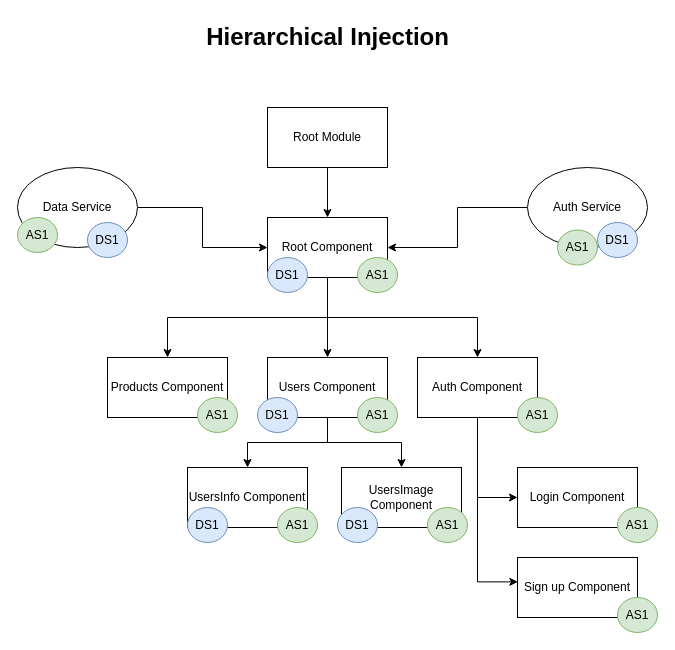
synergy2411/dec-24-ng keeps this draw.io diagram as page "Page-7" (7 of 7) of refs/ng-diagrams.drawio. Above is the earlier version. Source tidied: cells renumbered, new cells numbered last; positions are measured from the earlier drawing's top-left corner, leaving out a move shared by most shapes. Both pictures are drawn from the tidied source at 100%, with x=0, y=0 at pixel (17, 17).
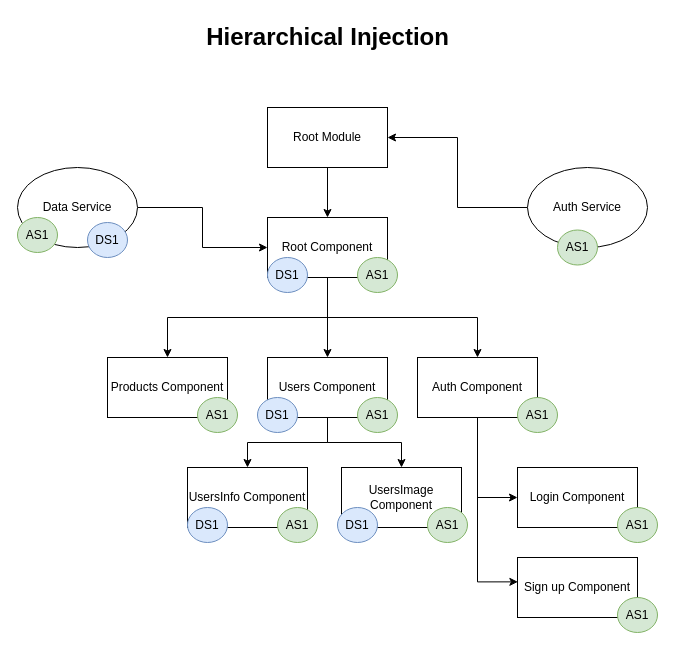
The same diagram, later.

Unchanged cells that the change refers to:
```xml
<mxCell id="4" value="Root Module" style="rounded=0;whiteSpace=wrap;html=1;" parent="1" vertex="1">
  <mxGeometry x="250" y="90" width="120" height="60" as="geometry" />
</mxCell>
<mxCell id="8" value="Root Component" style="rounded=0;whiteSpace=wrap;html=1;" parent="1" vertex="1">
  <mxGeometry x="250" y="200" width="120" height="60" as="geometry" />
</mxCell>
<mxCell id="27" value="Auth Service" style="ellipse;whiteSpace=wrap;html=1;" parent="1" vertex="1">
  <mxGeometry x="510" y="150" width="120" height="80" as="geometry" />
</mxCell>
```

The edit, as a diff of the source:
```diff
@@
-    <mxCell id="26" style="edgeStyle=orthogonalEdgeStyle;rounded=0;jettySize=auto;html=1;exitX=0;exitY=0.5;exitDx=0;exitDy=0;entryX=1;entryY=0.5;entryDx=0;entryDy=0;" parent="1" edge="1" source="27" target="8">
-      <mxGeometry relative="1" as="geometry" />
-    </mxCell>
+    <mxCell id="40" style="edgeStyle=orthogonalEdgeStyle;rounded=0;jettySize=auto;html=1;exitX=0;exitY=0.5;exitDx=0;exitDy=0;entryX=1;entryY=0.5;entryDx=0;entryDy=0;" parent="1" edge="1" source="27" target="4">
+      <mxGeometry relative="1" as="geometry" />
+    </mxCell>
@@
-    <mxCell id="38" value="DS1" style="ellipse;whiteSpace=wrap;html=1;fillColor=#dae8fc;strokeColor=#6c8ebf;" parent="1" vertex="1">
-      <mxGeometry x="580" y="205" width="40" height="35" as="geometry" />
-    </mxCell>
```
